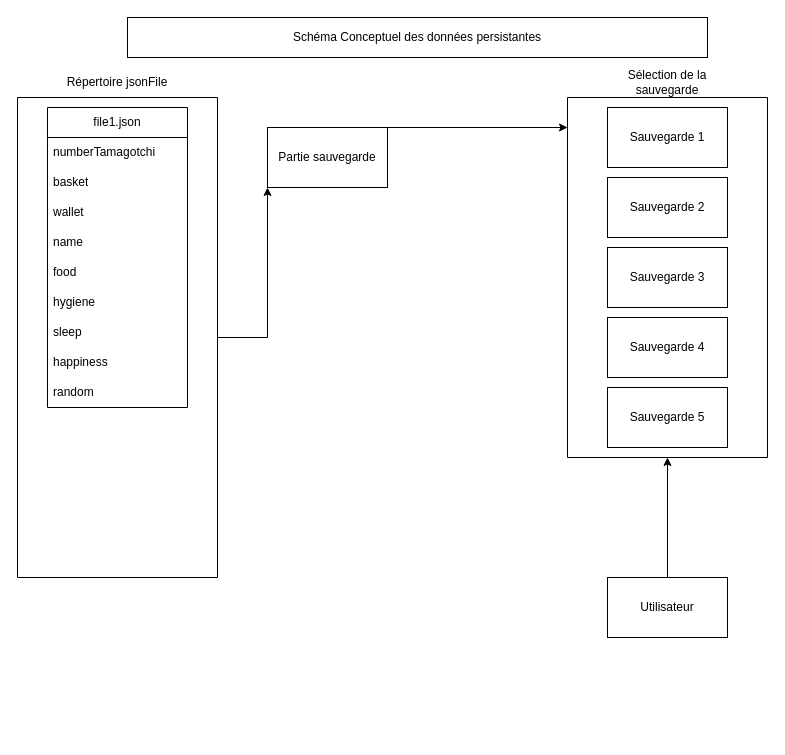
Above: SchemaConceptuelPersistanceData.drawio in BMaurice56/Tamagotchi (draw.io), before the change. Source tidied: cells renumbered, new cells numbered last; positions are measured from the earlier drawing's top-left corner, leaving out a move shared by most shapes. Both pictures are drawn from the tidied source at 100%, with x=0, y=0 at pixel (17, 17).
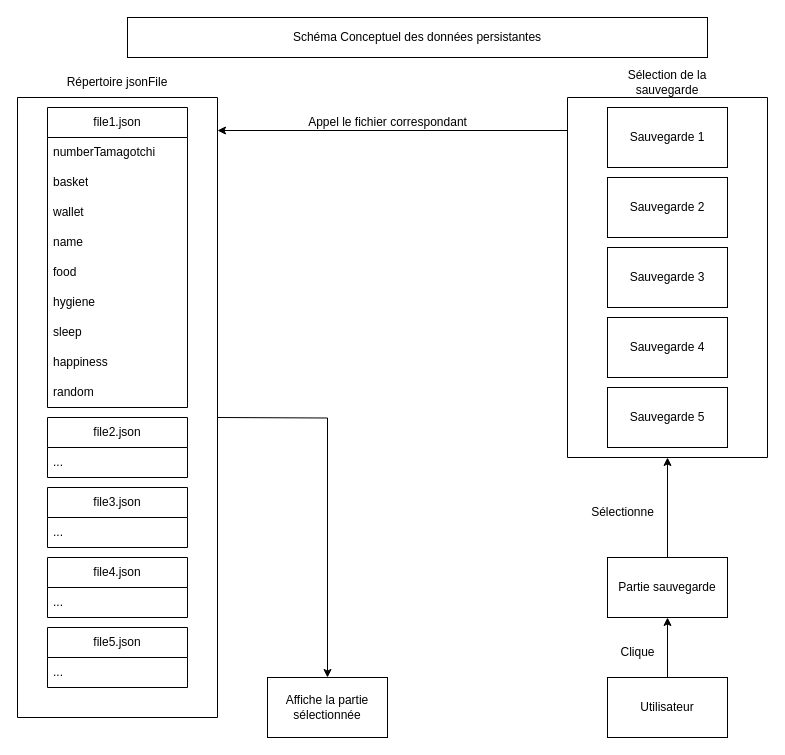
The same page after the edit.

Commit message:
Mettre à jour SchemaConceptuelPersistanceData.drawio

Unchanged cells that the change refers to:
```xml
<mxCell id="16" style="swimlane;startSize=0;" parent="1" vertex="1">
  <mxGeometry x="550" y="80" width="200" height="360" as="geometry" />
</mxCell>
```

Diff of the diagram source:
```diff
@@
-    <mxCell id="3" style="edgeStyle=orthogonalEdgeStyle;rounded=0;jettySize=auto;html=1;exitX=1;exitY=0.5;exitDx=0;exitDy=0;entryX=0;entryY=1;entryDx=0;entryDy=0;" parent="1" edge="1" source="4" target="23">
-      <mxGeometry relative="1" as="geometry" />
+    <mxCell id="3" style="edgeStyle=orthogonalEdgeStyle;rounded=0;jettySize=auto;html=1;entryX=0.5;entryY=0;entryDx=0;entryDy=0;" parent="1" edge="1" target="38">
+      <mxGeometry relative="1" as="geometry">
+        <mxPoint x="200" y="400" as="sourcePoint" />
+      </mxGeometry>
     </mxCell>
     <mxCell id="4" style="swimlane;startSize=0;" parent="1" vertex="1">
-      <mxGeometry y="80" width="200" height="480" as="geometry" />
+      <mxGeometry y="80" width="200" height="620" as="geometry" />
     </mxCell>
@@
+    <mxCell id="27" value="file2.json" style="swimlane;fontStyle=0;horizontal=1;startSize=30;whiteSpace=wrap;html=1;" parent="4" vertex="1">
+      <mxGeometry x="30" y="320" width="140" height="60" as="geometry" />
+    </mxCell>
+    <mxCell id="28" value="..." style="text;strokeColor=none;fillColor=none;align=left;verticalAlign=middle;spacingLeft=4;spacingRight=4;overflow=hidden;whiteSpace=wrap;html=1;" parent="27" vertex="1">
+      <mxGeometry y="30" width="140" height="30" as="geometry" />
+    </mxCell>
+    <mxCell id="29" value="file3.json" style="swimlane;fontStyle=0;horizontal=1;startSize=30;whiteSpace=wrap;html=1;" parent="4" vertex="1">
+      <mxGeometry x="30" y="390" width="140" height="60" as="geometry" />
+    </mxCell>
+    <mxCell id="30" value="..." style="text;strokeColor=none;fillColor=none;align=left;verticalAlign=middle;spacingLeft=4;spacingRight=4;overflow=hidden;whiteSpace=wrap;html=1;" parent="29" vertex="1">
+      <mxGeometry y="30" width="140" height="30" as="geometry" />
+    </mxCell>
+    <mxCell id="31" value="file4.json" style="swimlane;fontStyle=0;horizontal=1;startSize=30;whiteSpace=wrap;html=1;" parent="4" vertex="1">
+      <mxGeometry x="30" y="460" width="140" height="60" as="geometry" />
+    </mxCell>
+    <mxCell id="32" value="..." style="text;strokeColor=none;fillColor=none;align=left;verticalAlign=middle;spacingLeft=4;spacingRight=4;overflow=hidden;whiteSpace=wrap;html=1;" parent="31" vertex="1">
+      <mxGeometry y="30" width="140" height="30" as="geometry" />
+    </mxCell>
+    <mxCell id="33" value="file5.json" style="swimlane;fontStyle=0;horizontal=1;startSize=30;whiteSpace=wrap;html=1;" parent="4" vertex="1">
+      <mxGeometry x="30" y="530" width="140" height="60" as="geometry" />
+    </mxCell>
+    <mxCell id="34" value="..." style="text;strokeColor=none;fillColor=none;align=left;verticalAlign=middle;spacingLeft=4;spacingRight=4;overflow=hidden;whiteSpace=wrap;html=1;" parent="33" vertex="1">
+      <mxGeometry y="30" width="140" height="30" as="geometry" />
+    </mxCell>
@@
     <mxCell id="23" value="Partie sauvegarde" style="rounded=0;whiteSpace=wrap;html=1;" parent="1" vertex="1">
-      <mxGeometry x="250" y="110" width="120" height="60" as="geometry" />
+      <mxGeometry x="590" y="540" width="120" height="60" as="geometry" />
     </mxCell>
-    <mxCell id="24" style="edgeStyle=orthogonalEdgeStyle;rounded=0;orthogonalLoop=1;jettySize=auto;html=1;entryX=-0.015;entryY=0.125;entryDx=0;entryDy=0;entryPerimeter=0;" parent="1" edge="1">
+    <mxCell id="24" style="edgeStyle=orthogonalEdgeStyle;rounded=0;orthogonalLoop=1;jettySize=auto;html=1;" parent="1" edge="1">
       <mxGeometry relative="1" as="geometry">
-        <mxPoint x="370" y="110" as="sourcePoint" />
-        <mxPoint x="550" y="110" as="targetPoint" />
+        <mxPoint x="550" y="113" as="sourcePoint" />
+        <mxPoint x="200" y="113" as="targetPoint" />
       </mxGeometry>
     </mxCell>
-    <mxCell id="25" style="edgeStyle=orthogonalEdgeStyle;rounded=0;jettySize=auto;html=1;exitX=0.5;exitY=0;exitDx=0;exitDy=0;entryX=0.5;entryY=1;entryDx=0;entryDy=0;" parent="1" edge="1" source="26" target="16">
-      <mxGeometry relative="1" as="geometry" />
+    <mxCell id="25" style="edgeStyle=orthogonalEdgeStyle;rounded=0;jettySize=auto;html=1;exitX=0.5;exitY=0;exitDx=0;exitDy=0;" parent="1" edge="1" source="26">
+      <mxGeometry relative="1" as="geometry">
+        <mxPoint x="650" y="600" as="targetPoint" />
+      </mxGeometry>
     </mxCell>
     <mxCell id="26" value="Utilisateur" style="rounded=0;whiteSpace=wrap;html=1;" parent="1" vertex="1">
-      <mxGeometry x="590" y="560" width="120" height="60" as="geometry" />
+      <mxGeometry x="590" y="660" width="120" height="60" as="geometry" />
     </mxCell>
+    <mxCell id="35" value="Clique" style="text;html=1;align=center;verticalAlign=middle;strokeColor=none;fillColor=none;" parent="1" vertex="1">
+      <mxGeometry x="590" y="620" width="60" height="30" as="geometry" />
+    </mxCell>
+    <mxCell id="36" style="endArrow=classic;html=1;rounded=0;exitX=0.5;exitY=0;exitDx=0;exitDy=0;entryX=0.5;entryY=1;entryDx=0;entryDy=0;" parent="1" edge="1" source="23" target="16">
+      <mxGeometry relative="1" as="geometry" />
+    </mxCell>
+    <mxCell id="37" value="Sélectionne" style="text;html=1;align=center;verticalAlign=middle;strokeColor=none;fillColor=none;" parent="1" vertex="1">
+      <mxGeometry x="560" y="480" width="90" height="30" as="geometry" />
+    </mxCell>
+    <mxCell id="38" value="Affiche la partie sélectionnée" style="rounded=0;whiteSpace=wrap;html=1;" parent="1" vertex="1">
+      <mxGeometry x="250" y="660" width="120" height="60" as="geometry" />
+    </mxCell>
+    <mxCell id="39" value="Appel le fichier correspondant" style="text;html=1;align=center;verticalAlign=middle;strokeColor=none;fillColor=none;" parent="1" vertex="1">
+      <mxGeometry x="280" y="90" width="180" height="30" as="geometry" />
+    </mxCell>
```
